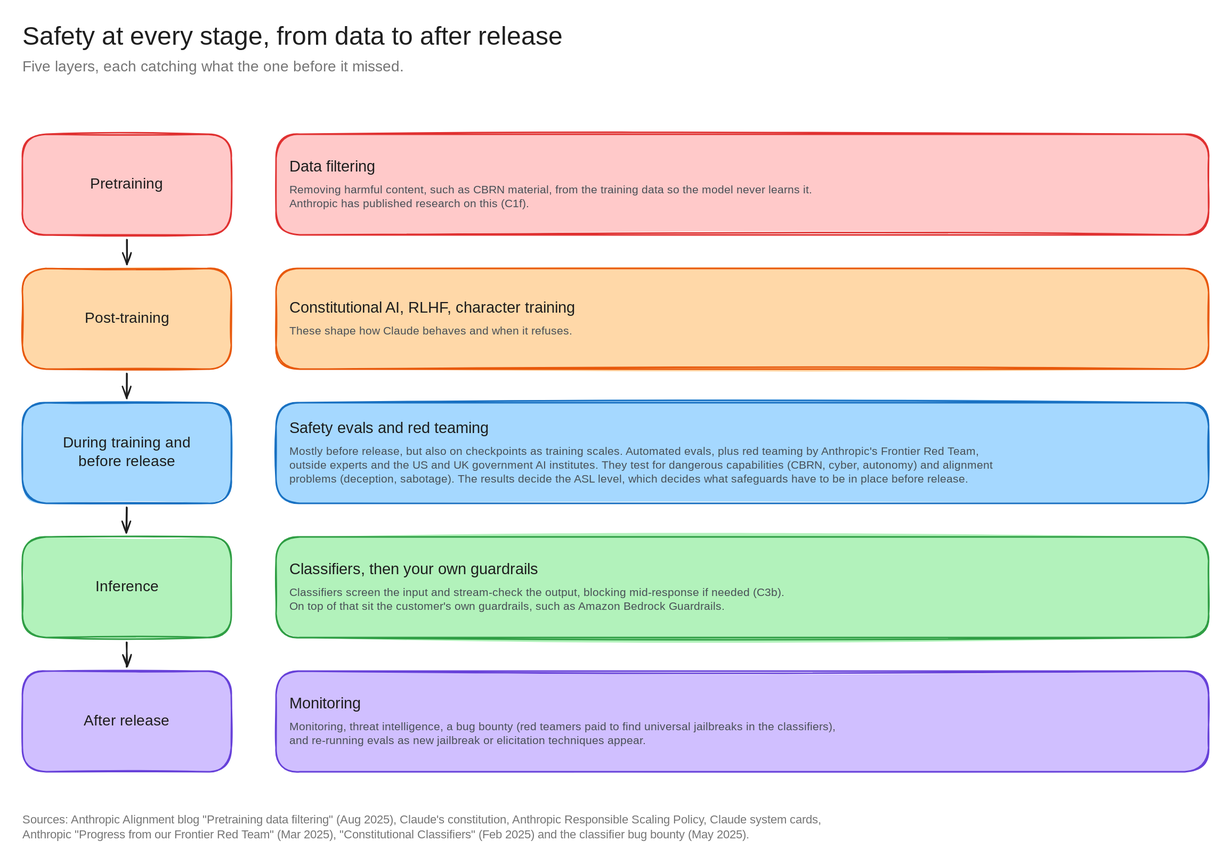
Before: architecture-diagrams/claude-anz-infra-excalidraw/diagrams/c1g-safety-stages.excalidraw.svg, a diagram exported from Excalidraw (bsnehanshu/slides). Source tidied: one line per element, renumbered; positions are measured from the earlier drawing's top-left corner, leaving out a move shared by most shapes.
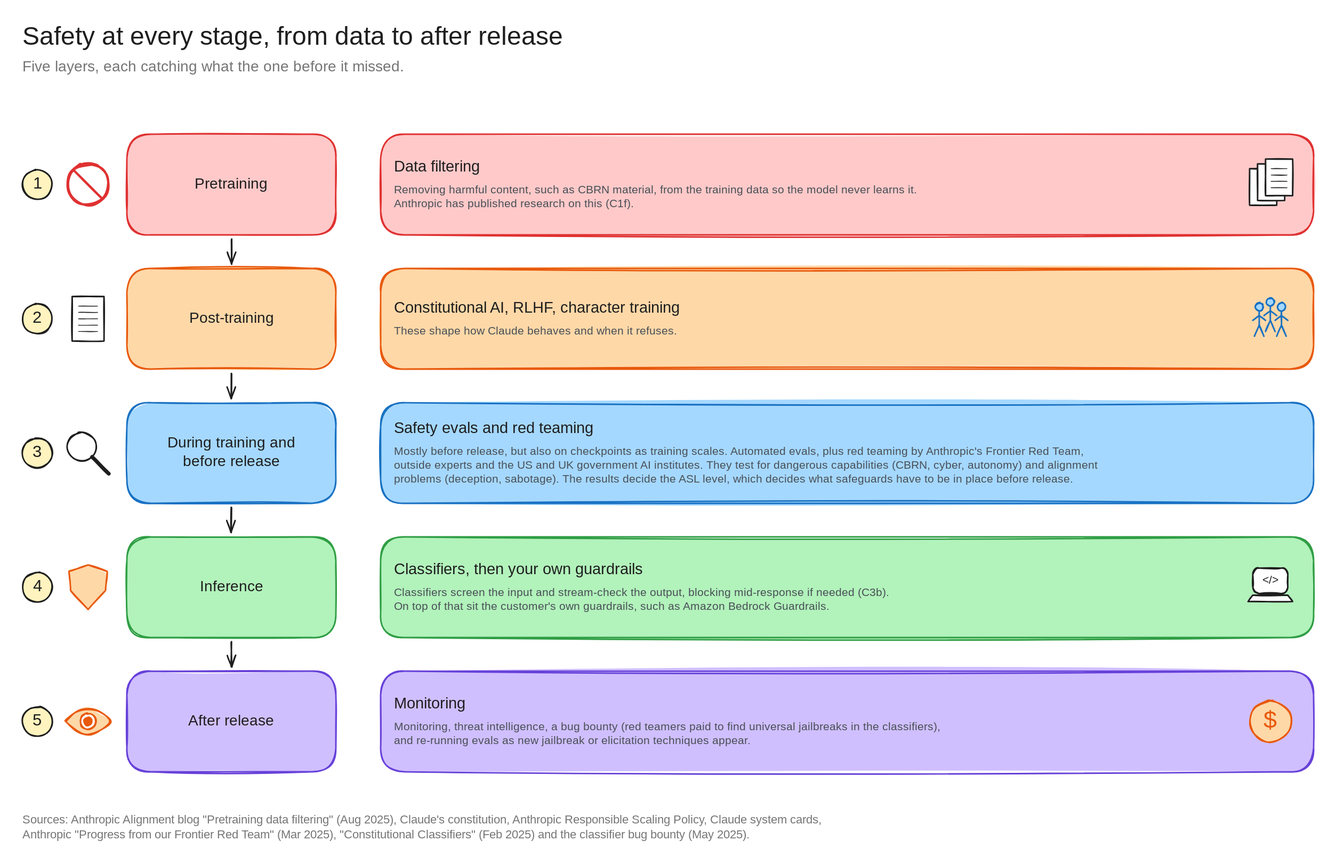
The same diagram one commit later.

Change to the diagram source:
```diff
@@ -1,32 +1,80 @@
-{"id": 0, "type": "text", "text": "Safety at every stage, from data to after release", "strokeColor": "#1e1e1e", "strokeWidth": 2, "roughness": 1, "fontSize": 34, "fontFamily": 5, "x": 0, "y": 0, "width": 844, "height": 42}
+{"id": 0, "type": "text", "text": "Safety at every stage, from data to after release", "strokeColor": "#1e1e1e", "strokeWidth": 2, "roughness": 1, "fontSize": 34, "fontFamily": 5, "x": -140, "y": 0, "width": 844, "height": 42}
-{"id": 1, "type": "text", "text": "Five layers, each catching what the one before it missed.", "strokeColor": "#757575", "strokeWidth": 2, "roughness": 1, "fontSize": 20, "fontFamily": 5, "x": 0, "y": 48, "width": 560, "height": 25}
+{"id": 1, "type": "text", "text": "Five layers, each catching what the one before it missed.", "strokeColor": "#757575", "strokeWidth": 2, "roughness": 1, "fontSize": 20, "fontFamily": 5, "x": -140, "y": 48, "width": 560, "height": 25}
+{"id": 32, "type": "ellipse", "strokeColor": "#1e1e1e", "backgroundColor": "#fff3bf", "fillStyle": "solid", "strokeWidth": 2, "roughness": 1, "round": true, "x": -140, "y": 198, "width": 40, "height": 40}
+{"id": 10, "type": "text", "text": "1", "strokeColor": "#1e1e1e", "strokeWidth": 2, "roughness": 1, "fontSize": 22, "fontFamily": 5, "textAlign": "center", "x": -126, "y": 204, "width": 12, "height": 28}
+{"id": 33, "type": "ellipse", "strokeColor": "#e03131", "strokeWidth": 3, "roughness": 1, "round": true, "x": -80, "y": 190, "width": 55, "height": 55}
+{"id": 34, "type": "line", "strokeColor": "#e03131", "strokeWidth": 3, "roughness": 1, "x": -71, "y": 198, "width": 38, "height": 38, "points": [[0, 0], [38, 38]]}
 {"id": 2, "type": "rectangle", "strokeColor": "#e03131", "backgroundColor": "#ffc9c9", "fillStyle": "solid", "strokeWidth": 2, "roughness": 1, "round": true, "x": 0, "y": 150, "width": 280, "height": 135}
 {"id": 3, "type": "text", "text": "Pretraining", "strokeColor": "#1e1e1e", "strokeWidth": 2, "roughness": 1, "fontSize": 20, "fontFamily": 5, "textAlign": "center", "verticalAlign": "middle", "inside": 2, "x": 86, "y": 205, "width": 107, "height": 25}
 {"id": 4, "type": "rectangle", "strokeColor": "#e03131", "backgroundColor": "#ffc9c9", "fillStyle": "solid", "strokeWidth": 2, "roughness": 1, "round": true, "x": 340, "y": 150, "width": 1250, "height": 135}
-{"id": 5, "type": "text", "text": "Data filtering", "strokeColor": "#1e1e1e", "strokeWidth": 2, "roughness": 1, "fontSize": 21, "fontFamily": 5, "x": 358, "y": 182, "width": 143, "height": 26}
-{"id": 6, "type": "text", "text": "Removing harmful content, such as CBRN material, from the training data so the model never learns it.\nAnthropic has published research on this (C1f).", "strokeColor": "#495057", "strokeWidth": 2, "roughness": 1, "fontSize": 15, "fontFamily": 5, "x": 358, "y": 216, "width": 753, "height": 38}
+{"id": 20, "type": "text", "text": "Data filtering", "strokeColor": "#1e1e1e", "strokeWidth": 2, "roughness": 1, "fontSize": 21, "fontFamily": 5, "x": 358, "y": 182, "width": 143, "height": 26}
+{"id": 21, "type": "text", "text": "Removing harmful content, such as CBRN material, from the training data so the model never learns it.\nAnthropic has published research on this (C1f).", "strokeColor": "#495057", "strokeWidth": 2, "roughness": 1, "fontSize": 15, "fontFamily": 5, "x": 358, "y": 216, "width": 753, "height": 38}
+{"id": 35, "type": "rectangle", "strokeColor": "#1e1e1e", "backgroundColor": "#ffffff", "fillStyle": "solid", "strokeWidth": 2, "roughness": 1, "x": 1504, "y": 196, "width": 36, "height": 49}
+{"id": 36, "type": "rectangle", "strokeColor": "#1e1e1e", "backgroundColor": "#ffffff", "fillStyle": "solid", "strokeWidth": 2, "roughness": 1, "x": 1515, "y": 190, "width": 36, "height": 49}
+{"id": 37, "type": "rectangle", "strokeColor": "#1e1e1e", "backgroundColor": "#ffffff", "fillStyle": "solid", "strokeWidth": 2, "roughness": 1, "x": 1526, "y": 183, "width": 36, "height": 49}
+{"id": 38, "type": "line", "strokeColor": "#1e1e1e", "strokeWidth": 1, "roughness": 1, "x": 1533, "y": 196, "width": 21, "height": 0, "points": [[0, 0], [21, 0]]}
+{"id": 39, "type": "line", "strokeColor": "#1e1e1e", "strokeWidth": 1, "roughness": 1, "x": 1533, "y": 205, "width": 21, "height": 0, "points": [[0, 0], [21, 0]]}
+{"id": 40, "type": "line", "strokeColor": "#1e1e1e", "strokeWidth": 1, "roughness": 1, "x": 1533, "y": 213, "width": 21, "height": 0, "points": [[0, 0], [21, 0]]}
+{"id": 41, "type": "line", "strokeColor": "#1e1e1e", "strokeWidth": 1, "roughness": 1, "x": 1533, "y": 222, "width": 21, "height": 0, "points": [[0, 0], [21, 0]]}
+{"id": 42, "type": "ellipse", "strokeColor": "#1e1e1e", "backgroundColor": "#fff3bf", "fillStyle": "solid", "strokeWidth": 2, "roughness": 1, "round": true, "x": -140, "y": 378, "width": 40, "height": 40}
+{"id": 43, "type": "text", "text": "2", "strokeColor": "#1e1e1e", "strokeWidth": 2, "roughness": 1, "fontSize": 22, "fontFamily": 5, "textAlign": "center", "x": -129, "y": 384, "width": 18, "height": 28}
+{"id": 44, "type": "rectangle", "strokeColor": "#1e1e1e", "backgroundColor": "#ffffff", "fillStyle": "solid", "strokeWidth": 2, "roughness": 1, "x": -73, "y": 368, "width": 43, "height": 60}
+{"id": 45, "type": "line", "strokeColor": "#1e1e1e", "strokeWidth": 1, "roughness": 1, "x": -65, "y": 380, "width": 26, "height": 0, "points": [[0, 0], [26, 0]]}
+{"id": 46, "type": "line", "strokeColor": "#1e1e1e", "strokeWidth": 1, "roughness": 1, "x": -65, "y": 389, "width": 26, "height": 0, "points": [[0, 0], [26, 0]]}
+{"id": 47, "type": "line", "strokeColor": "#1e1e1e", "strokeWidth": 1, "roughness": 1, "x": -65, "y": 398, "width": 26, "height": 0, "points": [[0, 0], [26, 0]]}
+{"id": 48, "type": "line", "strokeColor": "#1e1e1e", "strokeWidth": 1, "roughness": 1, "x": -65, "y": 406, "width": 26, "height": 0, "points": [[0, 0], [26, 0]]}
+{"id": 49, "type": "line", "strokeColor": "#1e1e1e", "strokeWidth": 1, "roughness": 1, "x": -65, "y": 415, "width": 26, "height": 0, "points": [[0, 0], [26, 0]]}
 {"id": 7, "type": "rectangle", "strokeColor": "#e8590c", "backgroundColor": "#ffd8a8", "fillStyle": "solid", "strokeWidth": 2, "roughness": 1, "round": true, "x": 0, "y": 330, "width": 280, "height": 135}
 {"id": 8, "type": "text", "text": "Post-training", "strokeColor": "#1e1e1e", "strokeWidth": 2, "roughness": 1, "fontSize": 20, "fontFamily": 5, "textAlign": "center", "verticalAlign": "middle", "inside": 7, "x": 75, "y": 385, "width": 130, "height": 25}
 {"id": 9, "type": "rectangle", "strokeColor": "#e8590c", "backgroundColor": "#ffd8a8", "fillStyle": "solid", "strokeWidth": 2, "roughness": 1, "round": true, "x": 340, "y": 330, "width": 1250, "height": 135}
-{"id": 10, "type": "text", "text": "Constitutional AI, RLHF, character training", "strokeColor": "#1e1e1e", "strokeWidth": 2, "roughness": 1, "fontSize": 21, "fontFamily": 5, "x": 358, "y": 371, "width": 441, "height": 26}
+{"id": 50, "type": "text", "text": "Constitutional AI, RLHF, character training", "strokeColor": "#1e1e1e", "strokeWidth": 2, "roughness": 1, "fontSize": 21, "fontFamily": 5, "x": 358, "y": 371, "width": 441, "height": 26}
 {"id": 11, "type": "text", "text": "These shape how Claude behaves and when it refuses.", "strokeColor": "#495057", "strokeWidth": 2, "roughness": 1, "fontSize": 15, "fontFamily": 5, "x": 358, "y": 405, "width": 400, "height": 19}
+{"id": 51, "type": "ellipse", "strokeColor": "#1971c2", "backgroundColor": "#a5d8ff", "fillStyle": "solid", "strokeWidth": 2, "roughness": 1, "round": true, "x": 1512, "y": 376, "width": 11, "height": 11}
+{"id": 52, "type": "line", "strokeColor": "#1971c2", "strokeWidth": 2, "roughness": 1, "x": 1517, "y": 387, "width": 0, "height": 19, "points": [[0, 0], [0, 19]]}
+{"id": 53, "type": "line", "strokeColor": "#1971c2", "strokeWidth": 2, "roughness": 1, "x": 1509, "y": 400, "width": 17, "height": 6, "points": [[0, 0], [9, -6], [17, 0]]}
+{"id": 54, "type": "line", "strokeColor": "#1971c2", "strokeWidth": 2, "roughness": 1, "x": 1511, "y": 421, "width": 13, "height": 15, "points": [[0, 0], [6, -15], [13, 0]]}
+{"id": 55, "type": "ellipse", "strokeColor": "#1971c2", "backgroundColor": "#a5d8ff", "fillStyle": "solid", "strokeWidth": 2, "roughness": 1, "round": true, "x": 1542, "y": 376, "width": 11, "height": 11}
+{"id": 56, "type": "line", "strokeColor": "#1971c2", "strokeWidth": 2, "roughness": 1, "x": 1547, "y": 387, "width": 0, "height": 19, "points": [[0, 0], [0, 19]]}
+{"id": 57, "type": "line", "strokeColor": "#1971c2", "strokeWidth": 2, "roughness": 1, "x": 1538, "y": 400, "width": 17, "height": 6, "points": [[0, 0], [9, -6], [17, 0]]}
+{"id": 58, "type": "line", "strokeColor": "#1971c2", "strokeWidth": 2, "roughness": 1, "x": 1541, "y": 421, "width": 13, "height": 15, "points": [[0, 0], [6, -15], [13, 0]]}
+{"id": 59, "type": "ellipse", "strokeColor": "#1971c2", "backgroundColor": "#a5d8ff", "fillStyle": "solid", "strokeWidth": 2, "roughness": 1, "round": true, "x": 1527, "y": 370, "width": 11, "height": 11}
+{"id": 60, "type": "line", "strokeColor": "#1971c2", "strokeWidth": 2, "roughness": 1, "x": 1532, "y": 380, "width": 0, "height": 19, "points": [[0, 0], [0, 19]]}
+{"id": 61, "type": "line", "strokeColor": "#1971c2", "strokeWidth": 2, "roughness": 1, "x": 1523, "y": 393, "width": 17, "height": 6, "points": [[0, 0], [9, -6], [17, 0]]}
+{"id": 62, "type": "line", "strokeColor": "#1971c2", "strokeWidth": 2, "roughness": 1, "x": 1526, "y": 415, "width": 13, "height": 15, "points": [[0, 0], [6, -15], [13, 0]]}
+{"id": 63, "type": "ellipse", "strokeColor": "#1e1e1e", "backgroundColor": "#fff3bf", "fillStyle": "solid", "strokeWidth": 2, "roughness": 1, "round": true, "x": -140, "y": 558, "width": 40, "height": 40}
+{"id": 64, "type": "text", "text": "3", "strokeColor": "#1e1e1e", "strokeWidth": 2, "roughness": 1, "fontSize": 22, "fontFamily": 5, "textAlign": "center", "x": -128, "y": 564, "width": 16, "height": 28}
+{"id": 65, "type": "ellipse", "strokeColor": "#1e1e1e", "backgroundColor": "#ffffff", "fillStyle": "solid", "strokeWidth": 2, "roughness": 1, "round": true, "x": -80, "y": 550, "width": 38, "height": 38}
+{"id": 66, "type": "line", "strokeColor": "#1e1e1e", "strokeWidth": 5, "roughness": 1, "x": -47, "y": 583, "width": 22, "height": 22, "points": [[0, 0], [22, 22]]}
 {"id": 12, "type": "rectangle", "strokeColor": "#1971c2", "backgroundColor": "#a5d8ff", "fillStyle": "solid", "strokeWidth": 2, "roughness": 1, "round": true, "x": 0, "y": 510, "width": 280, "height": 135}
 {"id": 13, "type": "text", "text": "During training and\nbefore release", "strokeColor": "#1e1e1e", "strokeWidth": 2, "roughness": 1, "fontSize": 20, "fontFamily": 5, "textAlign": "center", "verticalAlign": "middle", "inside": 12, "x": 47, "y": 552, "width": 186, "height": 50}
 {"id": 14, "type": "rectangle", "strokeColor": "#1971c2", "backgroundColor": "#a5d8ff", "fillStyle": "solid", "strokeWidth": 2, "roughness": 1, "round": true, "x": 340, "y": 510, "width": 1250, "height": 135}
 {"id": 15, "type": "text", "text": "Safety evals and red teaming", "strokeColor": "#1e1e1e", "strokeWidth": 2, "roughness": 1, "fontSize": 21, "fontFamily": 5, "x": 358, "y": 532, "width": 300, "height": 26}
 {"id": 16, "type": "text", "text": "Mostly before release, but also on checkpoints as training scales. Automated evals, plus red teaming by Anthropic's Frontier Red Team,\noutside experts and the US and UK government AI institutes. They test for dangerous capabilities (CBRN, cyber, autonomy) and alignment\nproblems (deception, sabotage). The results decide the ASL level, which decides what safeguards have to be in place before release.", "strokeColor": "#495057", "strokeWidth": 2, "roughness": 1, "fontSize": 15, "fontFamily": 5, "x": 358, "y": 566, "width": 1025, "height": 56}
+{"id": 67, "type": "ellipse", "strokeColor": "#1e1e1e", "backgroundColor": "#fff3bf", "fillStyle": "solid", "strokeWidth": 2, "roughness": 1, "round": true, "x": -140, "y": 738, "width": 40, "height": 40}
+{"id": 68, "type": "text", "text": "4", "strokeColor": "#1e1e1e", "strokeWidth": 2, "roughness": 1, "fontSize": 22, "fontFamily": 5, "textAlign": "center", "x": -128, "y": 744, "width": 15, "height": 28}
+{"id": 69, "type": "line", "strokeColor": "#e8590c", "backgroundColor": "#ffd8a8", "fillStyle": "solid", "strokeWidth": 2, "roughness": 1, "x": -52, "y": 728, "width": 51, "height": 60, "points": [[0, 0], [26, 9], [23, 34], [0, 60], [-23, 34], [-26, 9], [0, 0]]}
 {"id": 17, "type": "rectangle", "strokeColor": "#2f9e44", "backgroundColor": "#b2f2bb", "fillStyle": "solid", "strokeWidth": 2, "roughness": 1, "round": true, "x": 0, "y": 690, "width": 280, "height": 135}
 {"id": 18, "type": "text", "text": "Inference", "strokeColor": "#1e1e1e", "strokeWidth": 2, "roughness": 1, "fontSize": 20, "fontFamily": 5, "textAlign": "center", "verticalAlign": "middle", "inside": 17, "x": 92, "y": 745, "width": 95, "height": 25}
 {"id": 19, "type": "rectangle", "strokeColor": "#2f9e44", "backgroundColor": "#b2f2bb", "fillStyle": "solid", "strokeWidth": 2, "roughness": 1, "round": true, "x": 340, "y": 690, "width": 1250, "height": 135}
-{"id": 20, "type": "text", "text": "Classifiers, then your own guardrails", "strokeColor": "#1e1e1e", "strokeWidth": 2, "roughness": 1, "fontSize": 21, "fontFamily": 5, "x": 358, "y": 722, "width": 372, "height": 26}
-{"id": 21, "type": "text", "text": "Classifiers screen the input and stream-check the output, blocking mid-response if needed (C3b).\nOn top of that sit the customer's own guardrails, such as Amazon Bedrock Guardrails.", "strokeColor": "#495057", "strokeWidth": 2, "roughness": 1, "fontSize": 15, "fontFamily": 5, "x": 358, "y": 756, "width": 708, "height": 38}
+{"id": 70, "type": "text", "text": "Classifiers, then your own guardrails", "strokeColor": "#1e1e1e", "strokeWidth": 2, "roughness": 1, "fontSize": 21, "fontFamily": 5, "x": 358, "y": 722, "width": 372, "height": 26}
+{"id": 71, "type": "text", "text": "Classifiers screen the input and stream-check the output, blocking mid-response if needed (C3b).\nOn top of that sit the customer's own guardrails, such as Amazon Bedrock Guardrails.", "strokeColor": "#495057", "strokeWidth": 2, "roughness": 1, "fontSize": 15, "fontFamily": 5, "x": 358, "y": 756, "width": 708, "height": 38}
+{"id": 72, "type": "rectangle", "strokeColor": "#1e1e1e", "backgroundColor": "#ffffff", "fillStyle": "solid", "strokeWidth": 2, "roughness": 1, "round": true, "x": 1509, "y": 732, "width": 47, "height": 34}
+{"id": 73, "type": "line", "strokeColor": "#1e1e1e", "backgroundColor": "#ffffff", "fillStyle": "solid", "strokeWidth": 2, "roughness": 1, "x": 1502, "y": 777, "width": 60, "height": 9, "points": [[0, 0], [6, -9], [53, -9], [60, 0], [0, 0]]}
+{"id": 74, "type": "text", "text": "</>", "strokeColor": "#1e1e1e", "strokeWidth": 2, "roughness": 1, "fontSize": 14.93, "fontFamily": 5, "textAlign": "center", "x": 1518, "y": 740, "width": 27, "height": 19}
+{"id": 75, "type": "ellipse", "strokeColor": "#1e1e1e", "backgroundColor": "#fff3bf", "fillStyle": "solid", "strokeWidth": 2, "roughness": 1, "round": true, "x": -140, "y": 918, "width": 40, "height": 40}
+{"id": 76, "type": "text", "text": "5", "strokeColor": "#1e1e1e", "strokeWidth": 2, "roughness": 1, "fontSize": 22, "fontFamily": 5, "textAlign": "center", "x": -128, "y": 924, "width": 16, "height": 28}
+{"id": 77, "type": "line", "strokeColor": "#e8590c", "backgroundColor": "#ffd8a8", "fillStyle": "solid", "strokeWidth": 2, "roughness": 1, "round": true, "x": -82, "y": 938, "width": 60, "height": 34, "points": [[0, 0], [15, -13], [30, -17], [45, -13], [60, 0], [45, 13], [30, 17], [15, 13], [0, 0]]}
+{"id": 78, "type": "ellipse", "strokeColor": "#e8590c", "backgroundColor": "#ffffff", "fillStyle": "solid", "strokeWidth": 2, "roughness": 1, "round": true, "x": -63, "y": 927, "width": 21, "height": 21}
+{"id": 79, "type": "ellipse", "strokeColor": "#e8590c", "backgroundColor": "#e8590c", "fillStyle": "solid", "strokeWidth": 2, "roughness": 1, "round": true, "x": -57, "y": 932, "width": 11, "height": 11}
 {"id": 22, "type": "rectangle", "strokeColor": "#6741d9", "backgroundColor": "#d0bfff", "fillStyle": "solid", "strokeWidth": 2, "roughness": 1, "round": true, "x": 0, "y": 870, "width": 280, "height": 135}
 {"id": 23, "type": "text", "text": "After release", "strokeColor": "#1e1e1e", "strokeWidth": 2, "roughness": 1, "fontSize": 20, "fontFamily": 5, "textAlign": "center", "verticalAlign": "middle", "inside": 22, "x": 74, "y": 925, "width": 131, "height": 25}
 {"id": 24, "type": "rectangle", "strokeColor": "#6741d9", "backgroundColor": "#d0bfff", "fillStyle": "solid", "strokeWidth": 2, "roughness": 1, "round": true, "x": 340, "y": 870, "width": 1250, "height": 135}
 {"id": 25, "type": "text", "text": "Monitoring", "strokeColor": "#1e1e1e", "strokeWidth": 2, "roughness": 1, "fontSize": 21, "fontFamily": 5, "x": 358, "y": 902, "width": 108, "height": 26}
 {"id": 26, "type": "text", "text": "Monitoring, threat intelligence, a bug bounty (red teamers paid to find universal jailbreaks in the classifiers),\nand re-running evals as new jailbreak or elicitation techniques appear.", "strokeColor": "#495057", "strokeWidth": 2, "roughness": 1, "fontSize": 15, "fontFamily": 5, "x": 358, "y": 936, "width": 796, "height": 38}
-{"id": 27, "type": "arrow", "strokeColor": "#1e1e1e", "strokeWidth": 2, "roughness": 1, "endArrowhead": "arrow", "round": true, "from": 2, "to": 7, "x": 140, "y": 291, "width": 0, "height": 33, "points": [[0, 0], [0, 33]]}
-{"id": 28, "type": "arrow", "strokeColor": "#1e1e1e", "strokeWidth": 2, "roughness": 1, "endArrowhead": "arrow", "round": true, "from": 7, "to": 12, "x": 140, "y": 471, "width": 0, "height": 33, "points": [[0, 0], [0, 33]]}
-{"id": 29, "type": "arrow", "strokeColor": "#1e1e1e", "strokeWidth": 2, "roughness": 1, "endArrowhead": "arrow", "round": true, "from": 12, "to": 17, "x": 140, "y": 651, "width": 0, "height": 33, "points": [[0, 0], [0, 33]]}
-{"id": 30, "type": "arrow", "strokeColor": "#1e1e1e", "strokeWidth": 2, "roughness": 1, "endArrowhead": "arrow", "round": true, "from": 17, "to": 22, "x": 140, "y": 831, "width": 0, "height": 33, "points": [[0, 0], [0, 33]]}
+{"id": 80, "type": "ellipse", "strokeColor": "#e8590c", "backgroundColor": "#ffd8a8", "fillStyle": "solid", "strokeWidth": 2, "roughness": 1, "round": true, "x": 1504, "y": 910, "width": 55, "height": 55}
+{"id": 81, "type": "text", "text": "$", "strokeColor": "#e8590c", "strokeWidth": 2, "roughness": 1, "fontSize": 32, "fontFamily": 5, "textAlign": "center", "x": 1519, "y": 918, "width": 26, "height": 40}
+{"id": 82, "type": "arrow", "strokeColor": "#1e1e1e", "strokeWidth": 2, "roughness": 1, "endArrowhead": "arrow", "round": true, "from": 2, "to": 7, "x": 140, "y": 291, "width": 0, "height": 33, "points": [[0, 0], [0, 33]]}
+{"id": 83, "type": "arrow", "strokeColor": "#1e1e1e", "strokeWidth": 2, "roughness": 1, "endArrowhead": "arrow", "round": true, "from": 7, "to": 12, "x": 140, "y": 471, "width": 0, "height": 33, "points": [[0, 0], [0, 33]]}
+{"id": 84, "type": "arrow", "strokeColor": "#1e1e1e", "strokeWidth": 2, "roughness": 1, "endArrowhead": "arrow", "round": true, "from": 12, "to": 17, "x": 140, "y": 651, "width": 0, "height": 33, "points": [[0, 0], [0, 33]]}
+{"id": 85, "type": "arrow", "strokeColor": "#1e1e1e", "strokeWidth": 2, "roughness": 1, "endArrowhead": "arrow", "round": true, "from": 17, "to": 22, "x": 140, "y": 831, "width": 0, "height": 33, "points": [[0, 0], [0, 33]]}
-{"id": 31, "type": "text", "text": "Sources: Anthropic Alignment blog \"Pretraining data filtering\" (Aug 2025), Claude's constitution, Anthropic Responsible Scaling Policy, Claude system cards,\nAnthropic \"Progress from our Frontier Red Team\" (Mar 2025), \"Constitutional Classifiers\" (Feb 2025) and the classifier bug bounty (May 2025).", "strokeColor": "#757575", "strokeWidth": 2, "roughness": 1, "fontSize": 16, "fontFamily": 5, "x": 0, "y": 1060, "width": 1211, "height": 40}
+{"id": 31, "type": "text", "text": "Sources: Anthropic Alignment blog \"Pretraining data filtering\" (Aug 2025), Claude's constitution, Anthropic Responsible Scaling Policy, Claude system cards,\nAnthropic \"Progress from our Frontier Red Team\" (Mar 2025), \"Constitutional Classifiers\" (Feb 2025) and the classifier bug bounty (May 2025).", "strokeColor": "#757575", "strokeWidth": 2, "roughness": 1, "fontSize": 16, "fontFamily": 5, "x": -140, "y": 1060, "width": 1211, "height": 40}
```
